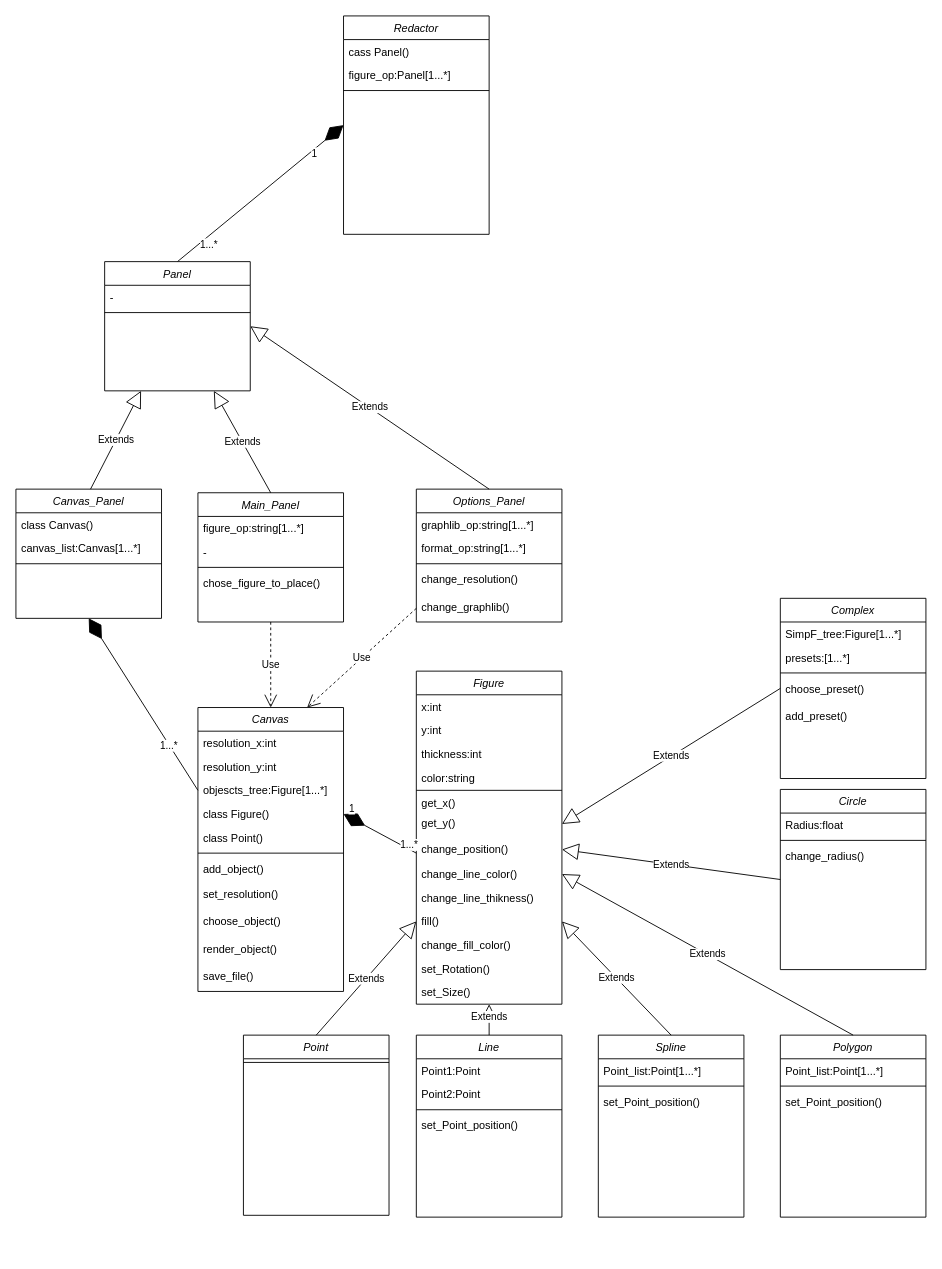
Before: Диаграмма классов.drawio in MstislavRomanovski/ProgramIngeneering, a draw.io diagram. Source tidied: cells renumbered, new cells numbered last; positions are measured from the earlier drawing's top-left corner, leaving out a move shared by most shapes. Both pictures are drawn from the tidied source at 91%, with x=0, y=0 at pixel (15, 15).
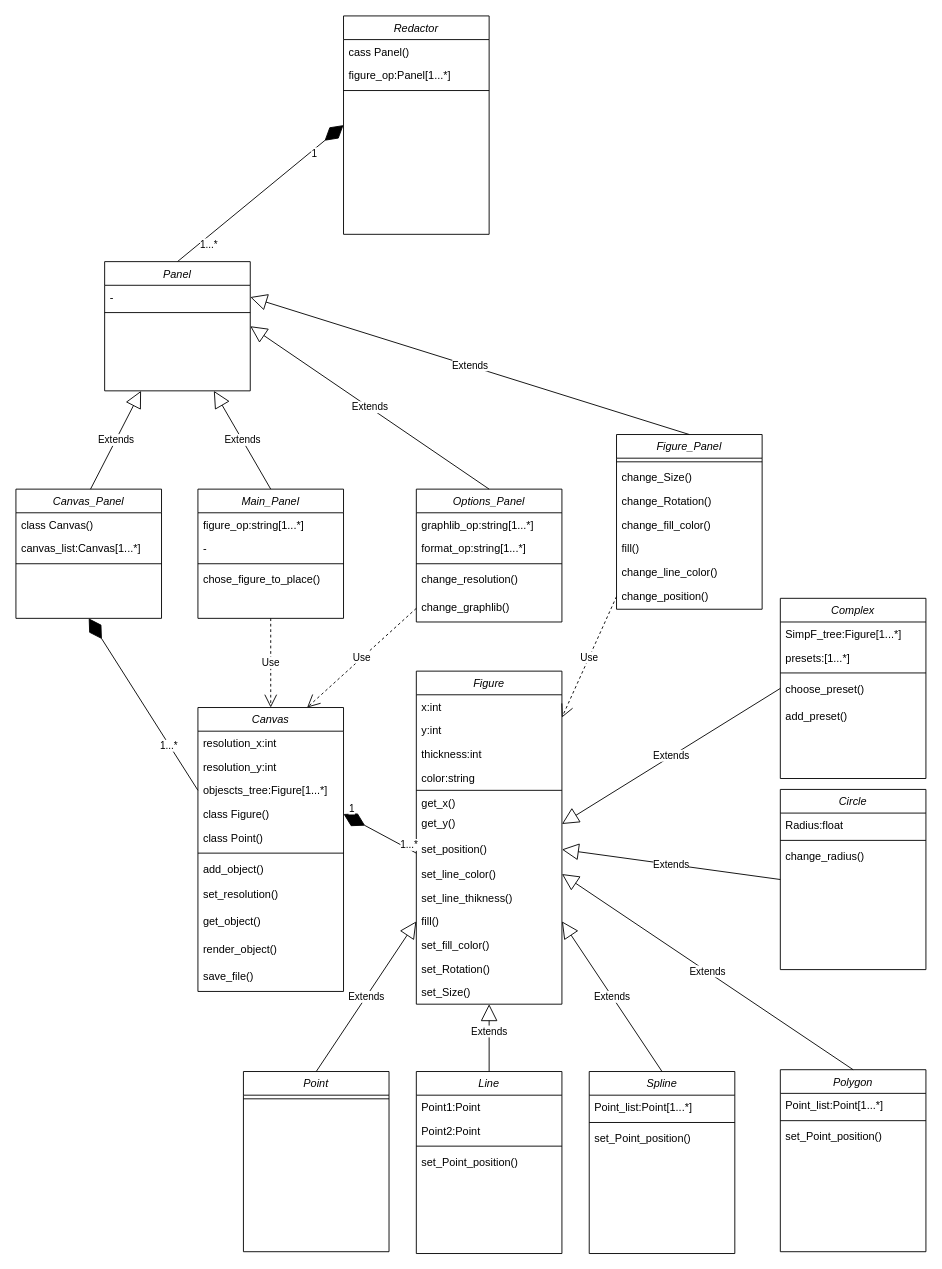
The same diagram, later.

The change refers to these unchanged cells:
```xml
<mxCell id="2" value="Canvas" style="swimlane;fontStyle=2;align=center;verticalAlign=top;horizontal=1;startSize=26;rounded=0;shadow=0;strokeWidth=1;" parent="1" vertex="1">
  <mxGeometry x="200" y="760" width="160" height="312" as="geometry" />
</mxCell>
<mxCell id="14" value="Figure" style="swimlane;fontStyle=2;align=center;verticalAlign=top;horizontal=1;startSize=26;rounded=0;shadow=0;strokeWidth=1;" parent="1" vertex="1">
  <mxGeometry x="440" y="720" width="160" height="366" as="geometry" />
</mxCell>
<mxCell id="86" value="-" style="text;align=left;verticalAlign=top;spacingLeft=4;spacingRight=4;overflow=hidden;points=[[0,0.5],[1,0.5]];portConstraint=eastwest;" parent="85" vertex="1">
  <mxGeometry y="26" width="160" height="26" as="geometry" />
</mxCell>
```

What changed in the source:
```diff
@@
-    <mxCell id="11" value="choose_object()&#10;" style="text;align=left;verticalAlign=top;spacingLeft=4;spacingRight=4;overflow=hidden;" parent="2" vertex="1">
+    <mxCell id="11" value="get_object()&#10;" style="text;align=left;verticalAlign=top;spacingLeft=4;spacingRight=4;overflow=hidden;" parent="2" vertex="1">
       <mxGeometry y="222" width="160" height="30" as="geometry" />
     </mxCell>
@@
-    <mxCell id="22" value="change_position()&#10;" style="text;align=left;verticalAlign=top;spacingLeft=4;spacingRight=4;overflow=hidden;points=[[0,0.5],[1,0.5]];portConstraint=eastwest;" parent="14" vertex="1">
+    <mxCell id="22" value="set_position()&#10;" style="text;align=left;verticalAlign=top;spacingLeft=4;spacingRight=4;overflow=hidden;points=[[0,0.5],[1,0.5]];portConstraint=eastwest;" parent="14" vertex="1">
       <mxGeometry y="182" width="160" height="28" as="geometry" />
     </mxCell>
-    <mxCell id="23" value="change_line_color()" style="text;align=left;verticalAlign=top;spacingLeft=4;spacingRight=4;overflow=hidden;points=[[0,0.5],[1,0.5]];portConstraint=eastwest;rounded=0;shadow=0;html=0;" parent="14" vertex="1">
+    <mxCell id="23" value="set_line_color()" style="text;align=left;verticalAlign=top;spacingLeft=4;spacingRight=4;overflow=hidden;points=[[0,0.5],[1,0.5]];portConstraint=eastwest;rounded=0;shadow=0;html=0;" parent="14" vertex="1">
       <mxGeometry y="210" width="160" height="26" as="geometry" />
     </mxCell>
-    <mxCell id="24" value="change_line_thikness()" style="text;align=left;verticalAlign=top;spacingLeft=4;spacingRight=4;overflow=hidden;rounded=0;shadow=0;html=0;" parent="14" vertex="1">
+    <mxCell id="24" value="set_line_thikness()" style="text;align=left;verticalAlign=top;spacingLeft=4;spacingRight=4;overflow=hidden;rounded=0;shadow=0;html=0;" parent="14" vertex="1">
       <mxGeometry y="236" width="160" height="26" as="geometry" />
     </mxCell>
@@
-    <mxCell id="26" value="change_fill_color()" style="text;align=left;verticalAlign=top;spacingLeft=4;spacingRight=4;overflow=hidden;rounded=0;shadow=0;html=0;" parent="14" vertex="1">
+    <mxCell id="26" value="set_fill_color()" style="text;align=left;verticalAlign=top;spacingLeft=4;spacingRight=4;overflow=hidden;rounded=0;shadow=0;html=0;" parent="14" vertex="1">
       <mxGeometry y="288" width="160" height="26" as="geometry" />
     </mxCell>
@@
     <mxCell id="29" value="Main_Panel" style="swimlane;fontStyle=2;align=center;verticalAlign=top;horizontal=1;startSize=26;rounded=0;shadow=0;strokeWidth=1;" parent="1" vertex="1">
-      <mxGeometry x="200" y="524" width="160" height="142" as="geometry" />
+      <mxGeometry x="200" y="520" width="160" height="142" as="geometry" />
     </mxCell>
@@
     <mxCell id="41" value="Point" style="swimlane;fontStyle=2;align=center;verticalAlign=top;horizontal=1;startSize=26;rounded=0;shadow=0;strokeWidth=1;" parent="1" vertex="1">
-      <mxGeometry x="250" y="1120" width="160" height="198" as="geometry" />
+      <mxGeometry x="250" y="1160" width="160" height="198" as="geometry" />
     </mxCell>
@@
     <mxCell id="43" value="Line" style="swimlane;fontStyle=2;align=center;verticalAlign=top;horizontal=1;startSize=26;rounded=0;shadow=0;strokeWidth=1;" parent="1" vertex="1">
-      <mxGeometry x="440" y="1120" width="160" height="200" as="geometry" />
+      <mxGeometry x="440" y="1160" width="160" height="200" as="geometry" />
     </mxCell>
@@
     <mxCell id="48" value="Spline" style="swimlane;fontStyle=2;align=center;verticalAlign=top;horizontal=1;startSize=26;rounded=0;shadow=0;strokeWidth=1;" parent="1" vertex="1">
-      <mxGeometry x="640" y="1120" width="160" height="200" as="geometry" />
+      <mxGeometry x="630" y="1160" width="160" height="200" as="geometry" />
     </mxCell>
@@
     <mxCell id="52" value="Polygon" style="swimlane;fontStyle=2;align=center;verticalAlign=top;horizontal=1;startSize=26;rounded=0;shadow=0;strokeWidth=1;" parent="1" vertex="1">
-      <mxGeometry x="840" y="1120" width="160" height="200" as="geometry" />
+      <mxGeometry x="840" y="1158" width="160" height="200" as="geometry" />
     </mxCell>
@@
+    <mxCell id="95" value="Figure_Panel" style="swimlane;fontStyle=2;align=center;verticalAlign=top;horizontal=1;startSize=26;rounded=0;shadow=0;strokeWidth=1;" parent="1" vertex="1">
+      <mxGeometry x="660" y="460" width="160" height="192" as="geometry" />
+    </mxCell>
+    <mxCell id="96" style="line;html=1;strokeWidth=1;align=left;verticalAlign=middle;spacingTop=-1;spacingLeft=3;spacingRight=3;labelPosition=right;" parent="95" vertex="1">
+      <mxGeometry y="26" width="160" height="8" as="geometry" />
+    </mxCell>
+    <mxCell id="97" value="change_Size()" style="text;align=left;verticalAlign=top;spacingLeft=4;spacingRight=4;overflow=hidden;rounded=0;shadow=0;html=0;" parent="95" vertex="1">
+      <mxGeometry y="34" width="160" height="26" as="geometry" />
+    </mxCell>
+    <mxCell id="98" value="change_Rotation()" style="text;align=left;verticalAlign=top;spacingLeft=4;spacingRight=4;overflow=hidden;rounded=0;shadow=0;html=0;" parent="95" vertex="1">
+      <mxGeometry y="60" width="160" height="26" as="geometry" />
+    </mxCell>
+    <mxCell id="99" value="change_fill_color()" style="text;align=left;verticalAlign=top;spacingLeft=4;spacingRight=4;overflow=hidden;rounded=0;shadow=0;html=0;" parent="95" vertex="1">
+      <mxGeometry y="86" width="160" height="26" as="geometry" />
+    </mxCell>
+    <mxCell id="100" value="fill()" style="text;align=left;verticalAlign=top;spacingLeft=4;spacingRight=4;overflow=hidden;rounded=0;shadow=0;html=0;" parent="95" vertex="1">
+      <mxGeometry y="112" width="160" height="26" as="geometry" />
+    </mxCell>
+    <mxCell id="101" value="change_line_color()" style="text;align=left;verticalAlign=top;spacingLeft=4;spacingRight=4;overflow=hidden;rounded=0;shadow=0;html=0;" parent="95" vertex="1">
+      <mxGeometry y="138" width="160" height="26" as="geometry" />
+    </mxCell>
+    <mxCell id="102" value="change_position()&#10;" style="text;align=left;verticalAlign=top;spacingLeft=4;spacingRight=4;overflow=hidden;points=[[0,0.5],[1,0.5]];portConstraint=eastwest;" parent="95" vertex="1">
+      <mxGeometry y="164" width="160" height="28" as="geometry" />
+    </mxCell>
+    <mxCell id="103" value="Extends" style="endArrow=block;endSize=16;endFill=0;html=1;rounded=0;entryX=1;entryY=0.5;entryDx=0;entryDy=0;exitX=0.5;exitY=0;exitDx=0;exitDy=0;" parent="1" edge="1" source="95" target="86">
+      <mxGeometry relative="1" as="geometry" />
+    </mxCell>
+    <mxCell id="104" value="Use" style="endArrow=open;endSize=12;dashed=1;html=1;rounded=0;exitX=0;exitY=0.5;exitDx=0;exitDy=0;entryX=0.75;entryY=0;entryDx=0;entryDy=0;" parent="1" edge="1" source="102">
+      <mxGeometry relative="1" as="geometry">
+        <mxPoint x="600" y="771" as="targetPoint" />
+      </mxGeometry>
+    </mxCell>
```
